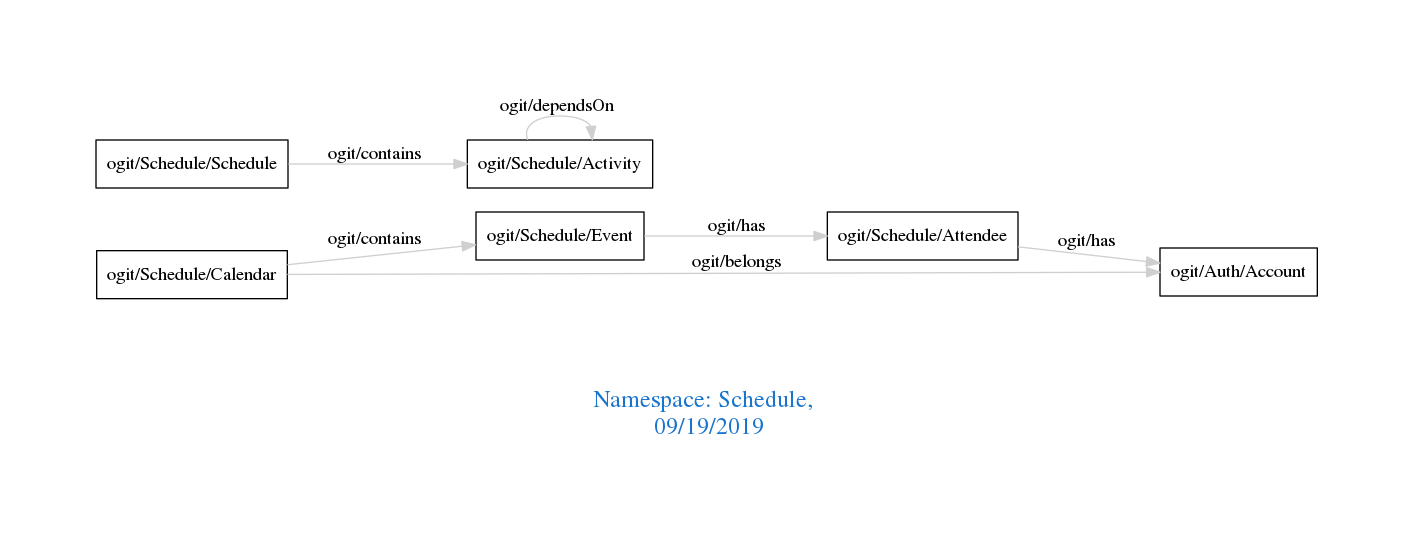
This is downloads/Schedule.png from arago/OGIT, a Graphviz export, as it was before one commit. Its source is kept beside it as downloads/Schedule.dot.
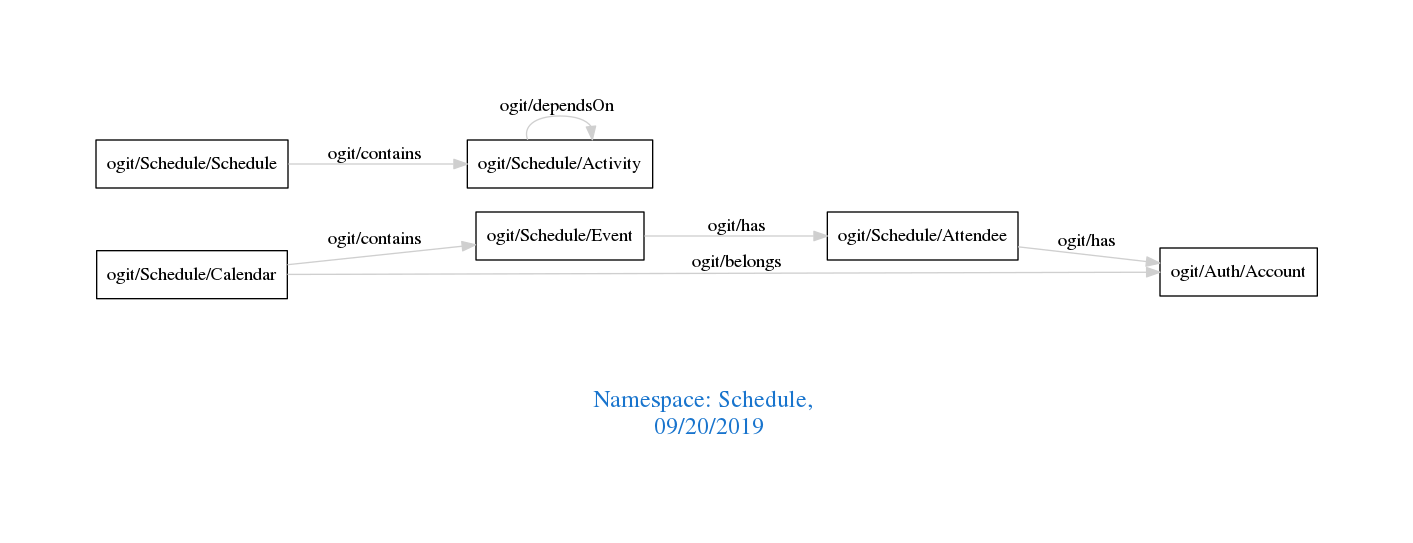
The same file after the commit.

Change to the diagram source:
```diff
@@ -1,7 +1,7 @@
 digraph OGIT_ontology {
  graph [ rankdir= LR,pad=1
 fontsize = 18,
-fontcolor= dodgerblue3,label = "\n\n\nNamespace: Schedule, \n 09/19/2019"];
+fontcolor= dodgerblue3,label = "\n\n\nNamespace: Schedule, \n 09/20/2019"];
 node[shape=polygon];
 edge [  color="gray81"];
 
```
